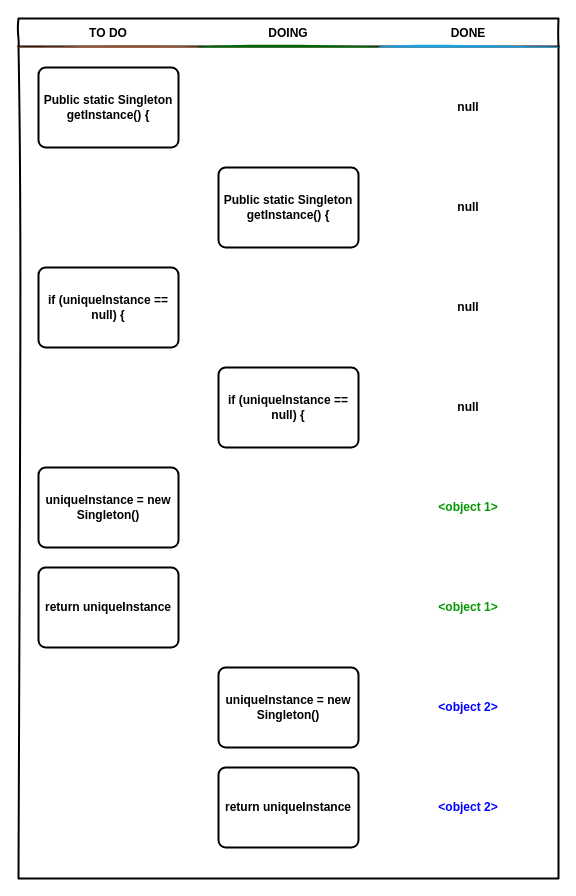
Above: Singleton Pattern/單例模式執行緒問題.drawio in koteruon/design_pattern (draw.io), before the change. Source tidied: cells renumbered, new cells numbered last; positions are measured from the earlier drawing's top-left corner, leaving out a move shared by most shapes. Both pictures are drawn from the tidied source at 100%, with x=0, y=0 at pixel (18, 18).
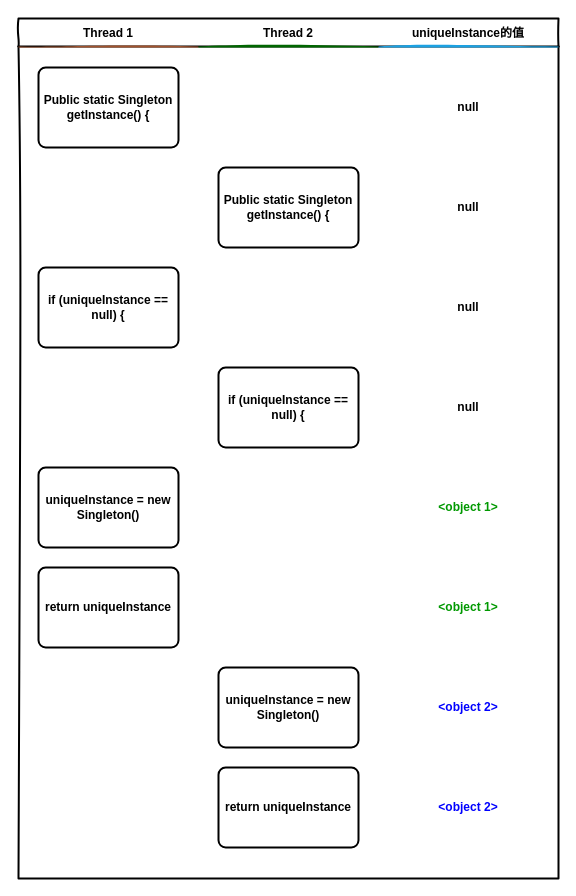
The same page after the edit.

Unchanged cells that the change refers to:
```xml
<mxCell id="2" style="swimlane;fontStyle=2;horizontal=1;startSize=28;swimlaneFillColor=none;fontFamily=Permanent Marker;fontSize=16;verticalAlign=top;stackBorder=0;strokeWidth=2;sketch=1;disableMultiStroke=1;" parent="1" vertex="1">
  <mxGeometry width="540" height="860" as="geometry" />
</mxCell>
```

Diff of the diagram source:
```diff
@@
-    <mxCell id="3" value="TO DO" style="swimlane;strokeWidth=2;fontFamily=Permanent Marker;html=0;startSize=1;verticalAlign=bottom;spacingBottom=5;stackBorder=20;sketch=1;strokeColor=none;fillStyle=solid;fillColor=#A0522D;" parent="2" vertex="1">
+    <mxCell id="3" value="Thread 1" style="swimlane;strokeWidth=2;fontFamily=Permanent Marker;html=0;startSize=1;verticalAlign=bottom;spacingBottom=5;stackBorder=20;sketch=1;strokeColor=none;fillStyle=solid;fillColor=#A0522D;" parent="2" vertex="1">
       <mxGeometry y="28" width="180" height="832" as="geometry" />
     </mxCell>
@@
-    <mxCell id="10" value="DOING" style="swimlane;strokeWidth=2;fontFamily=Permanent Marker;html=0;startSize=1;verticalAlign=bottom;spacingBottom=5;stackBorder=20;sketch=1;strokeColor=none;fillStyle=solid;fillColor=#006600;" parent="2" vertex="1">
+    <mxCell id="10" value="Thread 2" style="swimlane;strokeWidth=2;fontFamily=Permanent Marker;html=0;startSize=1;verticalAlign=bottom;spacingBottom=5;stackBorder=20;sketch=1;strokeColor=none;fillStyle=solid;fillColor=#006600;" parent="2" vertex="1">
       <mxGeometry x="180" y="28" width="180" height="832" as="geometry" />
     </mxCell>
@@
-    <mxCell id="19" value="DONE" style="swimlane;strokeWidth=2;fontFamily=Permanent Marker;html=0;startSize=1;verticalAlign=bottom;spacingBottom=5;stackBorder=20;sketch=1;strokeColor=none;fillStyle=solid;fillColor=#1BA1E2;" parent="2" vertex="1">
+    <mxCell id="19" value="uniqueInstance的值" style="swimlane;strokeWidth=2;fontFamily=Permanent Marker;html=0;startSize=1;verticalAlign=bottom;spacingBottom=5;stackBorder=20;sketch=1;strokeColor=none;fillStyle=solid;fillColor=#1BA1E2;" parent="2" vertex="1">
       <mxGeometry x="360" y="28" width="180" height="832" as="geometry" />
     </mxCell>
```
